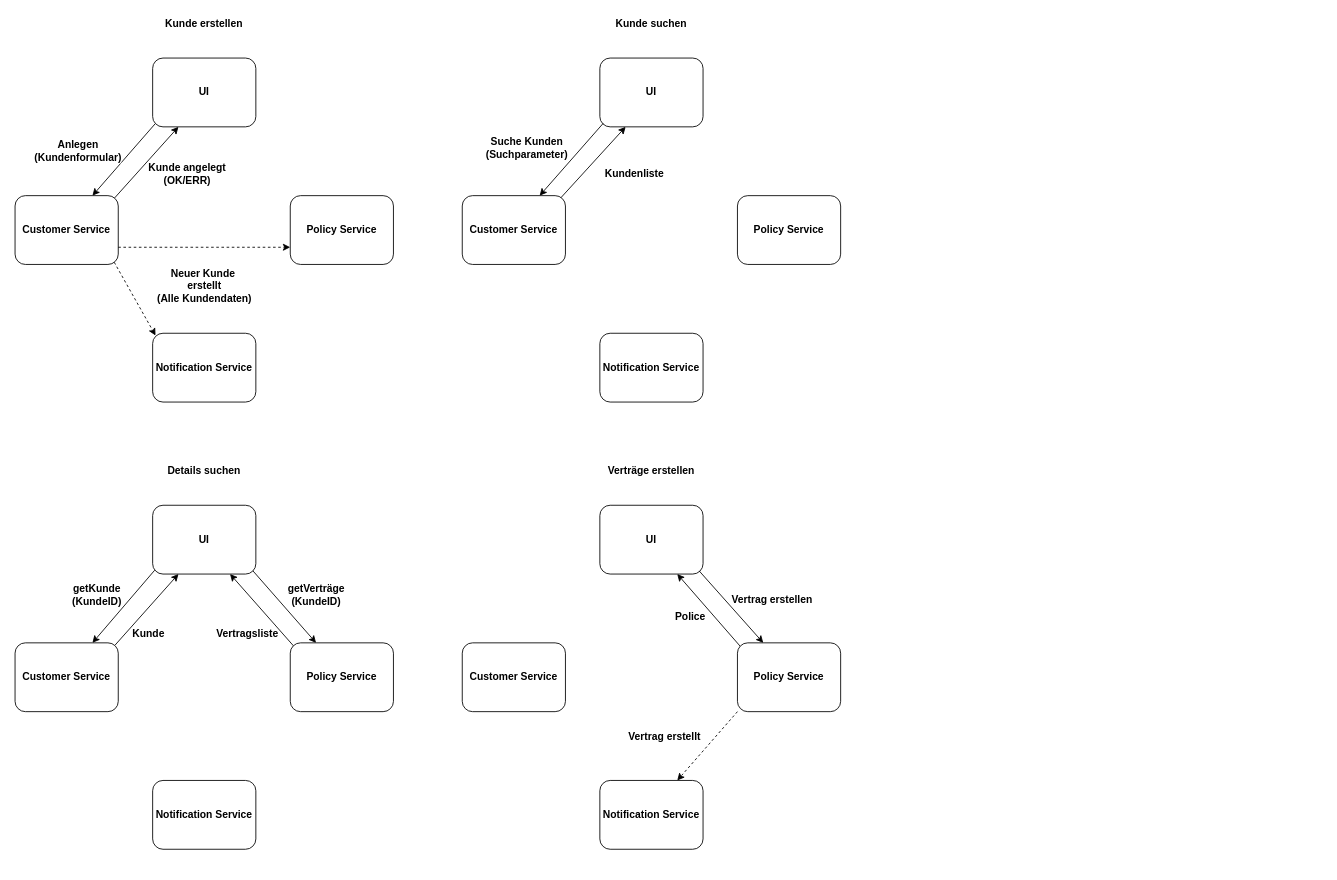
Above: EDA/EDA_Ablauf.drawio in danieland2606/Bachelorprojekt (draw.io), before the change. Source tidied: cells renumbered, new cells numbered last; positions are measured from the earlier drawing's top-left corner, leaving out a move shared by most shapes. Both pictures are drawn from the tidied source at 86%, with x=0, y=0 at pixel (15, 15).
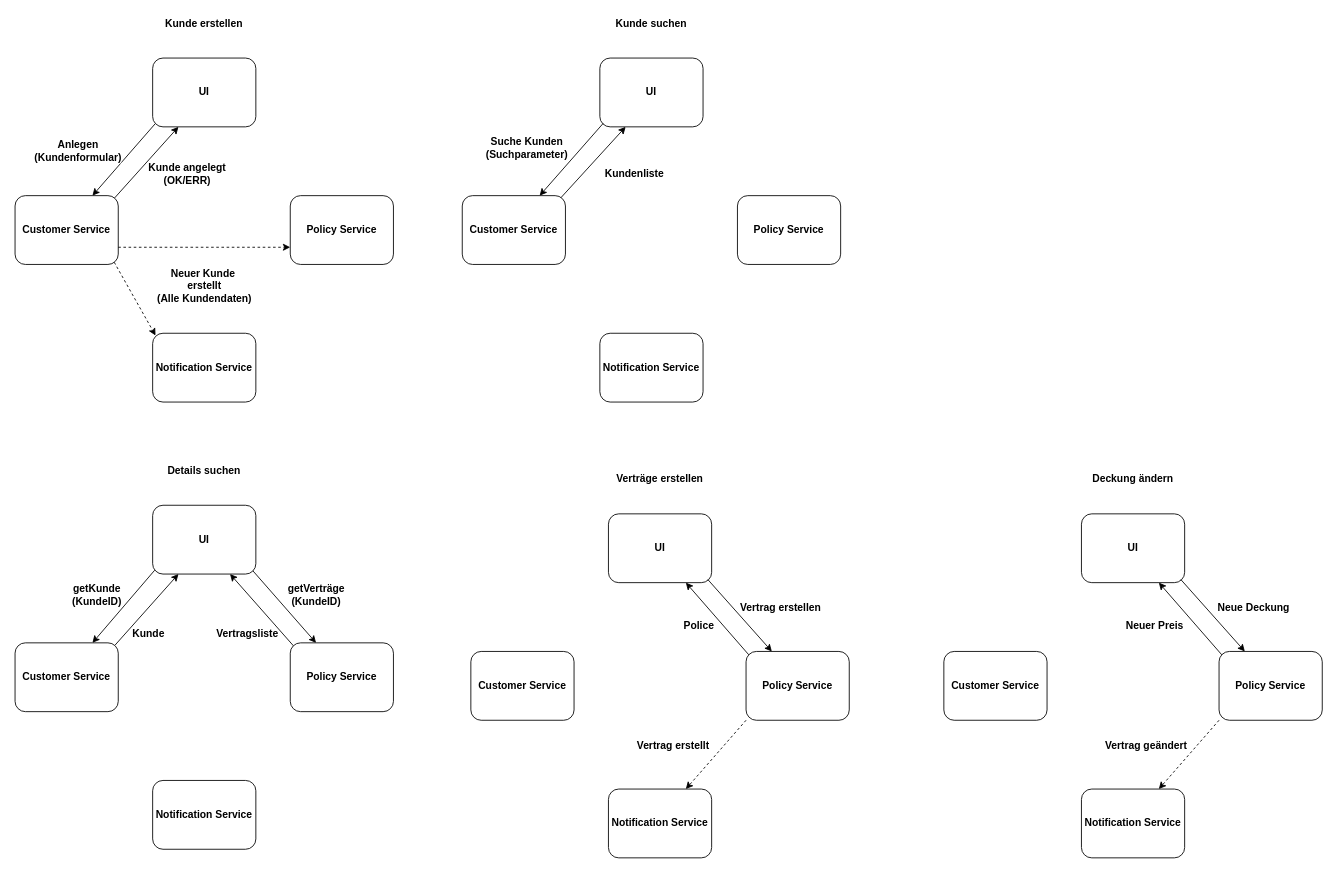
The same page after the edit.

Change to the diagram source:
```diff
@@
     <mxCell id="27" style="group;fontStyle=1;fontSize=12;" parent="1" vertex="1">
-      <mxGeometry x="520" y="520" width="440" height="450" as="geometry" />
+      <mxGeometry x="1080" y="530" width="440" height="450" as="geometry" />
     </mxCell>
@@
-    <mxCell id="36" value="Verträge erstellen" style="text;html=1;strokeColor=none;fillColor=none;align=center;verticalAlign=middle;whiteSpace=wrap;rounded=0;fontStyle=1;fontSize=12;" parent="27" vertex="1">
+    <mxCell id="36" value="Deckung ändern" style="text;html=1;strokeColor=none;fillColor=none;align=center;verticalAlign=middle;whiteSpace=wrap;rounded=0;fontStyle=1;fontSize=12;" parent="27" vertex="1">
       <mxGeometry width="440" height="20" as="geometry" />
     </mxCell>
-    <mxCell id="37" value="Vertrag erstellen" style="text;html=1;align=center;verticalAlign=middle;fontSize=12;fontStyle=1;" parent="27" vertex="1">
-      <mxGeometry x="300" y="145" width="120" height="30" as="geometry" />
+    <mxCell id="37" value="Neue Deckung" style="text;html=1;align=center;verticalAlign=middle;fontSize=12;fontStyle=1;" parent="27" vertex="1">
+      <mxGeometry x="305" y="145" width="110" height="30" as="geometry" />
     </mxCell>
-    <mxCell id="38" value="Police" style="text;html=1;align=center;verticalAlign=middle;fontSize=12;fontStyle=1;" parent="27" vertex="1">
-      <mxGeometry x="235" y="165" width="60" height="30" as="geometry" />
+    <mxCell id="38" value="Neuer Preis" style="text;html=1;align=center;verticalAlign=middle;fontSize=12;fontStyle=1;" parent="27" vertex="1">
+      <mxGeometry x="200" y="165" width="90" height="30" as="geometry" />
     </mxCell>
-    <mxCell id="39" value="Vertrag erstellt" style="text;html=1;align=center;verticalAlign=middle;fontSize=12;fontStyle=1;" parent="27" vertex="1">
-      <mxGeometry x="180" y="305" width="110" height="30" as="geometry" />
+    <mxCell id="39" value="Vertrag geändert" style="text;html=1;align=center;verticalAlign=middle;fontSize=12;fontStyle=1;" parent="27" vertex="1">
+      <mxGeometry x="175" y="305" width="120" height="30" as="geometry" />
     </mxCell>
@@
+    <mxCell id="55" style="group;fontStyle=1;fontSize=12;" parent="1" vertex="1">
+      <mxGeometry x="530" y="530" width="440" height="450" as="geometry" />
+    </mxCell>
+    <mxCell id="56" value="UI" style="rounded=1;whiteSpace=wrap;html=1;fontStyle=1;fontSize=12;" parent="55" vertex="1">
+      <mxGeometry x="160" y="50" width="120" height="80" as="geometry" />
+    </mxCell>
+    <mxCell id="57" value="Notification Service" style="rounded=1;whiteSpace=wrap;html=1;fontStyle=1;fontSize=12;" parent="55" vertex="1">
+      <mxGeometry x="160" y="370" width="120" height="80" as="geometry" />
+    </mxCell>
+    <mxCell id="58" value="Customer Service" style="rounded=1;whiteSpace=wrap;html=1;fontStyle=1;fontSize=12;" parent="55" vertex="1">
+      <mxGeometry y="210" width="120" height="80" as="geometry" />
+    </mxCell>
+    <mxCell id="59" style="edgeStyle=none;rounded=0;jettySize=auto;html=1;exitX=0.03;exitY=0.055;exitDx=0;exitDy=0;entryX=0.75;entryY=1;entryDx=0;entryDy=0;fontSize=12;exitPerimeter=0;fontStyle=1;" parent="55" edge="1" source="61" target="56">
+      <mxGeometry relative="1" as="geometry" />
+    </mxCell>
+    <mxCell id="60" style="edgeStyle=none;rounded=0;jettySize=auto;html=1;exitX=0;exitY=1;exitDx=0;exitDy=0;entryX=0.75;entryY=0;entryDx=0;entryDy=0;fontSize=12;dashed=1;fontStyle=1;" parent="55" edge="1" source="61" target="57">
+      <mxGeometry relative="1" as="geometry" />
+    </mxCell>
+    <mxCell id="61" value="Policy Service" style="rounded=1;whiteSpace=wrap;html=1;fontStyle=1;fontSize=12;" parent="55" vertex="1">
+      <mxGeometry x="320" y="210" width="120" height="80" as="geometry" />
+    </mxCell>
+    <mxCell id="62" style="edgeStyle=none;rounded=0;jettySize=auto;html=1;exitX=0.963;exitY=0.955;exitDx=0;exitDy=0;entryX=0.25;entryY=0;entryDx=0;entryDy=0;fontSize=12;exitPerimeter=0;fontStyle=1;" parent="55" edge="1" source="56" target="61">
+      <mxGeometry relative="1" as="geometry" />
+    </mxCell>
+    <mxCell id="63" style="edgeStyle=orthogonalEdgeStyle;rounded=0;orthogonalLoop=1;jettySize=auto;html=1;exitX=0.5;exitY=1;exitDx=0;exitDy=0;fontStyle=1;fontSize=12;" parent="55" edge="1" source="57" target="57">
+      <mxGeometry relative="1" as="geometry" />
+    </mxCell>
+    <mxCell id="64" value="Verträge erstellen" style="text;html=1;strokeColor=none;fillColor=none;align=center;verticalAlign=middle;whiteSpace=wrap;rounded=0;fontStyle=1;fontSize=12;" parent="55" vertex="1">
+      <mxGeometry width="440" height="20" as="geometry" />
+    </mxCell>
+    <mxCell id="65" value="Vertrag erstellen" style="text;html=1;align=center;verticalAlign=middle;fontSize=12;fontStyle=1;" parent="55" vertex="1">
+      <mxGeometry x="300" y="145" width="120" height="30" as="geometry" />
+    </mxCell>
+    <mxCell id="66" value="Police" style="text;html=1;align=center;verticalAlign=middle;fontSize=12;fontStyle=1;" parent="55" vertex="1">
+      <mxGeometry x="235" y="165" width="60" height="30" as="geometry" />
+    </mxCell>
+    <mxCell id="67" value="Vertrag erstellt" style="text;html=1;align=center;verticalAlign=middle;fontSize=12;fontStyle=1;" parent="55" vertex="1">
+      <mxGeometry x="180" y="305" width="110" height="30" as="geometry" />
+    </mxCell>
```
